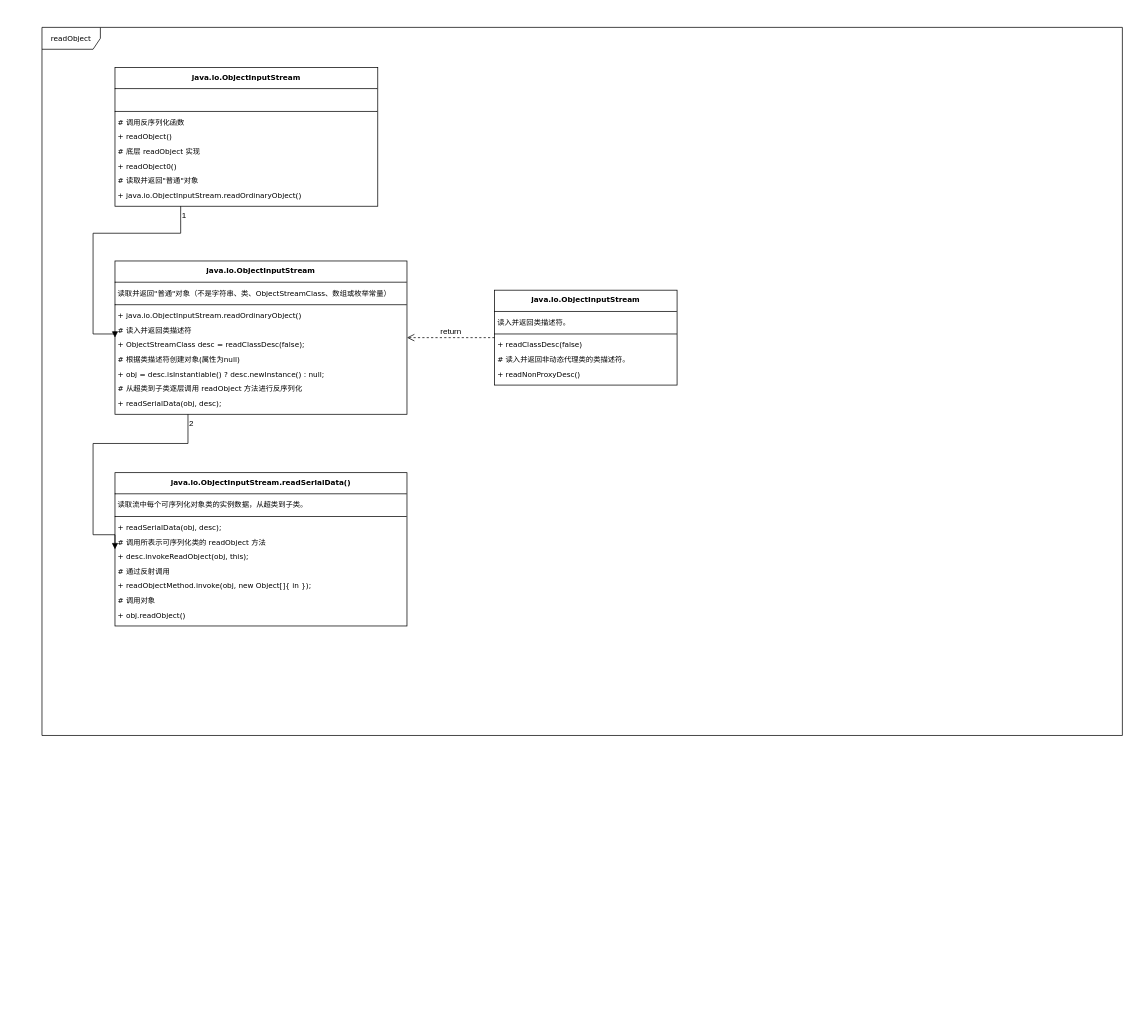
Above: page "反序列化" (12 of 12) of 未命名绘图.drawio in codeyso/finEngine (draw.io), before the change. Source tidied: cells renumbered, new cells numbered last; positions are measured from the earlier drawing's top-left corner, leaving out a move shared by most shapes. Both pictures are drawn from the tidied source at 73%, with x=0, y=0 at pixel (42, 27).
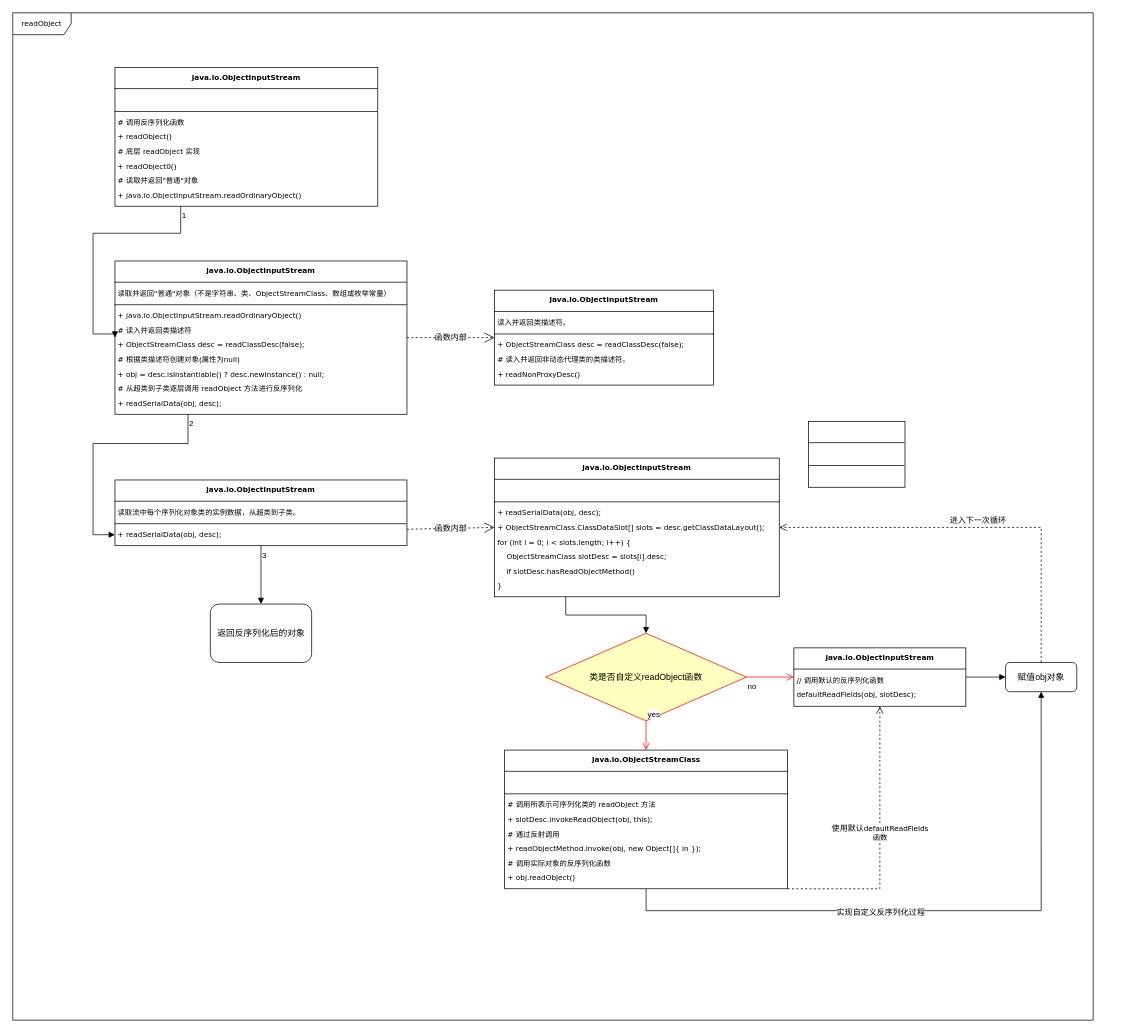
The same page after the edit.

Commit message:
更新未命名绘图.drawio

Unchanged cells that the change refers to:
```xml
<mxCell id="5" value="&lt;p style=&quot;text-align: center; margin: 4px 0px 0px; line-height: 200%;&quot;&gt;&lt;b&gt;java.io.ObjectInputStream&lt;/b&gt;&lt;br&gt;&lt;/p&gt;&lt;hr size=&quot;1&quot; style=&quot;border-style: solid; line-height: 200%;&quot;&gt;&lt;p style=&quot;margin: 0px 0px 0px 4px; line-height: 20px;&quot;&gt;读取并返回&quot;普通&quot;对象（不是字符串、类、ObjectStreamClass、数组或枚举常量）&lt;br&gt;&lt;/p&gt;&lt;hr size=&quot;1&quot; style=&quot;border-style: solid; line-height: 200%;&quot;&gt;&lt;p style=&quot;margin: 0px 0px 0px 4px; line-height: 200%;&quot;&gt;+&amp;nbsp;java.io.ObjectInputStream.readOrdinaryObject()&lt;br&gt;&lt;/p&gt;&lt;p style=&quot;margin: 0px 0px 0px 4px; line-height: 200%;&quot;&gt;#&amp;nbsp;&lt;span style=&quot;background-color: initial;&quot;&gt;读入并返回类描述符&lt;/span&gt;&lt;/p&gt;&lt;p style=&quot;margin: 0px 0px 0px 4px; line-height: 200%;&quot;&gt;+&amp;nbsp;ObjectStreamClass desc = readClassDesc(false);&lt;/p&gt;&lt;p style=&quot;margin: 0px 0px 0px 4px; line-height: 200%;&quot;&gt;# 根据类描述符创建对象(属性为null)&lt;/p&gt;&lt;p style=&quot;margin: 0px 0px 0px 4px; line-height: 200%;&quot;&gt;+&amp;nbsp;obj = desc.isInstantiable() ? desc.newInstance() : null;&lt;/p&gt;&lt;p style=&quot;margin: 0px 0px 0px 4px; line-height: 200%;&quot;&gt;# 从超类到子类逐层调用 readObject 方法进行反序列化&lt;/p&gt;&lt;p style=&quot;margin: 0px 0px 0px 4px; line-height: 200%;&quot;&gt;+&amp;nbsp;readSerialData(obj, desc);&lt;/p&gt;&lt;p style=&quot;margin: 0px 0px 0px 4px; line-height: 200%;&quot;&gt;&lt;br&gt;&lt;/p&gt;" style="verticalAlign=top;align=left;overflow=fill;html=1;whiteSpace=wrap;rounded=0;shadow=0;comic=0;strokeColor=default;strokeWidth=1;fontFamily=Verdana;fontSize=10;fontColor=default;labelBackgroundColor=none;fillColor=default;" parent="1" vertex="1">
  <mxGeometry x="100" y="320" width="400" height="210" as="geometry" />
</mxCell>
```

Change to the diagram source:
```diff
@@
     <mxCell id="2" value="readObject" style="shape=umlFrame;whiteSpace=wrap;html=1;rounded=0;shadow=0;comic=0;labelBackgroundColor=none;strokeWidth=1;fontFamily=Verdana;fontSize=10;align=center;width=80;height=30;" parent="1" vertex="1">
-      <mxGeometry width="1480" height="970" as="geometry" />
+      <mxGeometry x="-40" y="-20" width="1480" height="1380" as="geometry" />
     </mxCell>
@@
-    <mxCell id="4" value="&lt;p style=&quot;text-align: center; margin: 4px 0px 0px; line-height: 200%;&quot;&gt;&lt;b&gt;java.io.ObjectInputStream&lt;/b&gt;&lt;br&gt;&lt;/p&gt;&lt;hr size=&quot;1&quot; style=&quot;border-style: solid; line-height: 200%;&quot;&gt;&lt;p style=&quot;margin: 0px 0px 0px 4px; line-height: 20px;&quot;&gt;读入并返回类描述符。&lt;br&gt;&lt;/p&gt;&lt;hr size=&quot;1&quot; style=&quot;border-style: solid; line-height: 200%;&quot;&gt;&lt;p style=&quot;margin: 0px 0px 0px 4px; line-height: 200%;&quot;&gt;&lt;span style=&quot;background-color: initial;&quot;&gt;+&amp;nbsp;&lt;/span&gt;&lt;span style=&quot;background-color: initial;&quot;&gt;readClassDesc(false)&lt;/span&gt;&lt;br&gt;&lt;/p&gt;&lt;p style=&quot;margin: 0px 0px 0px 4px; line-height: 200%;&quot;&gt;#&amp;nbsp;读入并返回非动态代理类的类描述符。&lt;/p&gt;&lt;p style=&quot;margin: 0px 0px 0px 4px; line-height: 200%;&quot;&gt;+&amp;nbsp;readNonProxyDesc()&lt;br&gt;&lt;/p&gt;&lt;p style=&quot;margin: 0px 0px 0px 4px; line-height: 200%;&quot;&gt;&lt;br&gt;&lt;/p&gt;" style="verticalAlign=top;align=left;overflow=fill;html=1;whiteSpace=wrap;rounded=0;shadow=0;comic=0;strokeColor=default;strokeWidth=1;fontFamily=Verdana;fontSize=10;fontColor=default;labelBackgroundColor=none;fillColor=default;" parent="1" vertex="1">
-      <mxGeometry x="620" y="360" width="250" height="130" as="geometry" />
+    <mxCell id="4" value="&lt;p style=&quot;text-align: center; margin: 4px 0px 0px; line-height: 200%;&quot;&gt;&lt;b&gt;java.io.ObjectInputStream&lt;/b&gt;&lt;br&gt;&lt;/p&gt;&lt;hr size=&quot;1&quot; style=&quot;border-style: solid; line-height: 200%;&quot;&gt;&lt;p style=&quot;margin: 0px 0px 0px 4px; line-height: 20px;&quot;&gt;读入并返回类描述符。&lt;br&gt;&lt;/p&gt;&lt;hr size=&quot;1&quot; style=&quot;border-style: solid; line-height: 200%;&quot;&gt;&lt;p style=&quot;margin: 0px 0px 0px 4px; line-height: 200%;&quot;&gt;+&amp;nbsp;ObjectStreamClass desc = readClassDesc(false);&lt;br&gt;&lt;/p&gt;&lt;p style=&quot;margin: 0px 0px 0px 4px; line-height: 200%;&quot;&gt;#&amp;nbsp;读入并返回非动态代理类的类描述符。&lt;/p&gt;&lt;p style=&quot;margin: 0px 0px 0px 4px; line-height: 200%;&quot;&gt;+&amp;nbsp;readNonProxyDesc()&lt;br&gt;&lt;/p&gt;&lt;p style=&quot;margin: 0px 0px 0px 4px; line-height: 200%;&quot;&gt;&lt;br&gt;&lt;/p&gt;" style="verticalAlign=top;align=left;overflow=fill;html=1;whiteSpace=wrap;rounded=0;shadow=0;comic=0;strokeColor=default;strokeWidth=1;fontFamily=Verdana;fontSize=10;fontColor=default;labelBackgroundColor=none;fillColor=default;" parent="1" vertex="1">
+      <mxGeometry x="620" y="360" width="300" height="130" as="geometry" />
     </mxCell>
@@
-    <mxCell id="6" value="&lt;p style=&quot;text-align: center; margin: 4px 0px 0px; line-height: 200%;&quot;&gt;&lt;b&gt;java.io.ObjectInputStream.readSerialData()&lt;/b&gt;&lt;br&gt;&lt;/p&gt;&lt;hr size=&quot;1&quot; style=&quot;border-style: solid; line-height: 200%;&quot;&gt;&lt;p style=&quot;margin: 0px 0px 0px 4px; line-height: 20px;&quot;&gt;读取流中每个可序列化对象类的实例数据，从超类到子类。&lt;br&gt;&lt;/p&gt;&lt;hr size=&quot;1&quot; style=&quot;border-style: solid; line-height: 200%;&quot;&gt;&lt;p style=&quot;margin: 0px 0px 0px 4px; line-height: 200%;&quot;&gt;&lt;span style=&quot;background-color: initial;&quot;&gt;+&amp;nbsp;readSerialData(obj, desc);&lt;/span&gt;&lt;br&gt;&lt;/p&gt;&lt;p style=&quot;margin: 0px 0px 0px 4px; line-height: 200%;&quot;&gt;&lt;span style=&quot;background-color: initial;&quot;&gt;#&amp;nbsp;&lt;/span&gt;&lt;span style=&quot;background-color: initial;&quot;&gt;调用所表示可序列化类的 readObject 方法&lt;/span&gt;&lt;/p&gt;&lt;p style=&quot;margin: 0px 0px 0px 4px; line-height: 200%;&quot;&gt;&lt;span style=&quot;background-color: initial;&quot;&gt;+&amp;nbsp;&lt;/span&gt;desc&lt;span style=&quot;background-color: initial;&quot;&gt;.invokeReadObject(obj, this);&lt;/span&gt;&lt;/p&gt;&lt;p style=&quot;margin: 0px 0px 0px 4px; line-height: 200%;&quot;&gt;&lt;span style=&quot;background-color: initial;&quot;&gt;# 通过反射调用&lt;/span&gt;&lt;/p&gt;&lt;p style=&quot;margin: 0px 0px 0px 4px; line-height: 200%;&quot;&gt;&lt;span style=&quot;background-color: initial;&quot;&gt;+&amp;nbsp;&lt;/span&gt;&lt;span style=&quot;background-color: initial;&quot;&gt;readObjectMethod.invoke(obj, new Object[]{ in });&lt;/span&gt;&lt;/p&gt;&lt;p style=&quot;margin: 0px 0px 0px 4px; line-height: 200%;&quot;&gt;&lt;span style=&quot;background-color: initial;&quot;&gt;# 调用对象&lt;/span&gt;&lt;/p&gt;&lt;p style=&quot;margin: 0px 0px 0px 4px; line-height: 200%;&quot;&gt;+ obj.&lt;span style=&quot;background-color: initial;&quot;&gt;readObject()&lt;/span&gt;&lt;/p&gt;" style="verticalAlign=top;align=left;overflow=fill;html=1;whiteSpace=wrap;rounded=0;shadow=0;comic=0;strokeColor=default;strokeWidth=1;fontFamily=Verdana;fontSize=10;fontColor=default;labelBackgroundColor=none;fillColor=default;" parent="1" vertex="1">
-      <mxGeometry x="100" y="610" width="400" height="210" as="geometry" />
+    <mxCell id="6" value="&lt;p style=&quot;text-align: center; margin: 4px 0px 0px; line-height: 200%;&quot;&gt;&lt;b&gt;java.io.ObjectInputStream&lt;/b&gt;&lt;br&gt;&lt;/p&gt;&lt;hr size=&quot;1&quot; style=&quot;border-style: solid; line-height: 200%;&quot;&gt;&lt;p style=&quot;margin: 0px 0px 0px 4px; line-height: 20px;&quot;&gt;读取流中每个序列化对象类的实例数据，从超类到子类。&lt;br&gt;&lt;/p&gt;&lt;hr size=&quot;1&quot; style=&quot;border-style: solid; line-height: 200%;&quot;&gt;&lt;p style=&quot;margin: 0px 0px 0px 4px; line-height: 200%;&quot;&gt;&lt;span style=&quot;background-color: initial;&quot;&gt;+&amp;nbsp;readSerialData(obj, desc);&lt;/span&gt;&lt;/p&gt;" style="verticalAlign=top;align=left;overflow=fill;html=1;whiteSpace=wrap;rounded=0;shadow=0;comic=0;strokeColor=default;strokeWidth=1;fontFamily=Verdana;fontSize=10;fontColor=default;labelBackgroundColor=none;fillColor=default;" parent="1" vertex="1">
+      <mxGeometry x="100" y="620" width="400" height="90" as="geometry" />
     </mxCell>
-    <mxCell id="7" value="return" style="html=1;verticalAlign=bottom;endArrow=open;dashed=1;endSize=8;curved=0;rounded=0;exitX=0;exitY=0.5;exitDx=0;exitDy=0;entryX=1;entryY=0.5;entryDx=0;entryDy=0;" parent="1" edge="1" source="4" target="5">
-      <mxGeometry relative="1" as="geometry" />
-    </mxCell>
@@
-    <mxCell id="9" value="2" style="endArrow=block;endFill=1;html=1;edgeStyle=orthogonalEdgeStyle;align=left;verticalAlign=top;rounded=0;exitX=0.25;exitY=1;exitDx=0;exitDy=0;entryX=0;entryY=0.5;entryDx=0;entryDy=0;" parent="1" edge="1" source="5" target="6">
+    <mxCell id="9" value="2" style="endArrow=block;endFill=1;html=1;edgeStyle=orthogonalEdgeStyle;align=left;verticalAlign=top;rounded=0;exitX=0.25;exitY=1;exitDx=0;exitDy=0;" parent="1" edge="1" source="5">
       <mxGeometry x="-1" relative="1" as="geometry">
+        <mxPoint x="100" y="695" as="targetPoint" />
         <Array as="points">
           <mxPoint x="200" y="570" />
           <mxPoint x="70" y="570" />
           <mxPoint x="70" y="695" />
+          <mxPoint x="100" y="695" />
         </Array>
       </mxGeometry>
     </mxCell>
+    <mxCell id="10" value="类是否自定义readObject函数" style="rhombus;whiteSpace=wrap;html=1;fontColor=#000000;fillColor=#ffffc0;strokeColor=#ff0000;" parent="1" vertex="1">
+      <mxGeometry x="690" y="830" width="275" height="120" as="geometry" />
+    </mxCell>
+    <mxCell id="11" value="no" style="edgeStyle=orthogonalEdgeStyle;html=1;align=left;verticalAlign=top;endArrow=open;endSize=8;strokeColor=#ff0000;rounded=0;entryX=0;entryY=0.5;entryDx=0;entryDy=0;exitX=1;exitY=0.5;exitDx=0;exitDy=0;" parent="1" edge="1" source="10" target="13">
+      <mxGeometry x="-1" relative="1" as="geometry" />
+    </mxCell>
+    <mxCell id="12" value="yes" style="edgeStyle=orthogonalEdgeStyle;html=1;align=left;verticalAlign=bottom;endArrow=open;endSize=8;strokeColor=#ff0000;rounded=0;exitX=0.5;exitY=1;exitDx=0;exitDy=0;entryX=0.5;entryY=0;entryDx=0;entryDy=0;" parent="1" edge="1" source="10" target="14">
+      <mxGeometry x="-1" relative="1" as="geometry" />
+    </mxCell>
+    <mxCell id="13" value="&lt;p style=&quot;text-align: center; margin: 4px 0px 0px; line-height: 200%;&quot;&gt;&lt;b&gt;java.io.ObjectInputStream&lt;/b&gt;&lt;br&gt;&lt;/p&gt;&lt;hr size=&quot;1&quot; style=&quot;border-style: solid; line-height: 200%;&quot;&gt;&lt;p style=&quot;margin: 0px 0px 0px 4px; line-height: 20px;&quot;&gt;&lt;span style=&quot;background-color: initial;&quot;&gt;// 调用默认的反序列化函数&lt;/span&gt;&lt;br&gt;&lt;/p&gt;&lt;p style=&quot;margin: 0px 0px 0px 4px; line-height: 20px;&quot;&gt;defaultReadFields(obj, slotDesc);&lt;br&gt;&lt;/p&gt;" style="verticalAlign=top;align=left;overflow=fill;html=1;whiteSpace=wrap;rounded=0;shadow=0;comic=0;strokeColor=default;strokeWidth=1;fontFamily=Verdana;fontSize=10;fontColor=default;labelBackgroundColor=none;fillColor=default;" parent="1" vertex="1">
+      <mxGeometry x="1030" y="850" width="235.6" height="80" as="geometry" />
+    </mxCell>
+    <mxCell id="14" value="&lt;p style=&quot;text-align: center; margin: 4px 0px 0px; line-height: 200%;&quot;&gt;&lt;b&gt;java.io.&lt;/b&gt;&lt;span style=&quot;background-color: initial; text-align: left;&quot;&gt;&lt;b&gt;ObjectStreamClass&lt;/b&gt;&lt;/span&gt;&lt;br&gt;&lt;/p&gt;&lt;hr size=&quot;1&quot; style=&quot;border-style: solid; line-height: 200%;&quot;&gt;&lt;p style=&quot;margin: 0px 0px 0px 4px; line-height: 20px;&quot;&gt;&lt;br&gt;&lt;/p&gt;&lt;hr size=&quot;1&quot; style=&quot;border-style: solid; line-height: 200%;&quot;&gt;&lt;p style=&quot;margin: 0px 0px 0px 4px; line-height: 200%;&quot;&gt;&lt;span style=&quot;background-color: initial;&quot;&gt;#&amp;nbsp;&lt;/span&gt;&lt;span style=&quot;background-color: initial;&quot;&gt;调用所表示可序列化类的 readObject 方法&lt;/span&gt;&lt;br&gt;&lt;/p&gt;&lt;p style=&quot;margin: 0px 0px 0px 4px; line-height: 20px;&quot;&gt;&lt;span style=&quot;background-color: initial;&quot;&gt;+&amp;nbsp;&lt;/span&gt;&lt;span style=&quot;background-color: initial;&quot;&gt;slotDesc.invokeReadObject(obj, this);&lt;/span&gt;&lt;/p&gt;&lt;p style=&quot;margin: 0px 0px 0px 4px; line-height: 20px;&quot;&gt;&lt;span style=&quot;background-color: initial;&quot;&gt;# 通过反射调用&lt;/span&gt;&lt;/p&gt;&lt;p style=&quot;margin: 0px 0px 0px 4px; line-height: 20px;&quot;&gt;&lt;span style=&quot;background-color: initial;&quot;&gt;+&amp;nbsp;&lt;/span&gt;&lt;span style=&quot;background-color: initial;&quot;&gt;readObjectMethod.invoke(obj, new Object[]{ in });&lt;/span&gt;&lt;/p&gt;&lt;p style=&quot;margin: 0px 0px 0px 4px; line-height: 20px;&quot;&gt;&lt;span style=&quot;background-color: initial;&quot;&gt;# 调用实际对象的反序列化函数&lt;/span&gt;&lt;/p&gt;&lt;p style=&quot;margin: 0px 0px 0px 4px; line-height: 20px;&quot;&gt;+ obj.&lt;span style=&quot;background-color: initial;&quot;&gt;readObject()&lt;/span&gt;&lt;/p&gt;&lt;p style=&quot;margin: 0px 0px 0px 4px; line-height: 200%;&quot;&gt;&lt;span style=&quot;background-color: initial;&quot;&gt;&lt;/span&gt;&lt;/p&gt;&lt;p style=&quot;margin: 0px 0px 0px 4px; line-height: 200%;&quot;&gt;&lt;br&gt;&lt;/p&gt;" style="verticalAlign=top;align=left;overflow=fill;html=1;whiteSpace=wrap;rounded=0;shadow=0;comic=0;strokeColor=default;strokeWidth=1;fontFamily=Verdana;fontSize=10;fontColor=default;labelBackgroundColor=none;fillColor=default;" parent="1" vertex="1">
+      <mxGeometry x="633.8" y="990" width="387.5" height="190" as="geometry" />
+    </mxCell>
+    <mxCell id="15" value="&lt;p style=&quot;text-align: center; margin: 4px 0px 0px; line-height: 200%;&quot;&gt;&lt;b&gt;java.io.ObjectInputStream&lt;/b&gt;&lt;br&gt;&lt;/p&gt;&lt;hr size=&quot;1&quot; style=&quot;border-style: solid; line-height: 200%;&quot;&gt;&lt;p style=&quot;margin: 0px 0px 0px 4px; line-height: 20px;&quot;&gt;&lt;br&gt;&lt;/p&gt;&lt;hr size=&quot;1&quot; style=&quot;border-style: solid; line-height: 200%;&quot;&gt;&lt;p style=&quot;margin: 0px 0px 0px 4px; line-height: 20px;&quot;&gt;+&amp;nbsp;readSerialData(obj, desc);&lt;br&gt;&lt;/p&gt;&lt;p style=&quot;margin: 0px 0px 0px 4px; line-height: 20px;&quot;&gt;+ ObjectStreamClass.ClassDataSlot[] slots = desc.getClassDataLayout();&lt;br&gt;&lt;/p&gt;&lt;p style=&quot;margin: 0px 0px 0px 4px; line-height: 20px;&quot;&gt;for (int i = 0; i &amp;lt; slots.length; i++) {&lt;/p&gt;&lt;p style=&quot;margin: 0px 0px 0px 4px; line-height: 20px;&quot;&gt;&amp;nbsp; &amp;nbsp;&amp;nbsp;ObjectStreamClass slotDesc = slots[i].desc;&lt;/p&gt;&lt;p style=&quot;margin: 0px 0px 0px 4px; line-height: 20px;&quot;&gt;&amp;nbsp; &amp;nbsp;&amp;nbsp;if slotDesc.hasReadObjectMethod()&lt;/p&gt;&lt;p style=&quot;margin: 0px 0px 0px 4px; line-height: 20px;&quot;&gt;}&lt;/p&gt;" style="verticalAlign=top;align=left;overflow=fill;html=1;whiteSpace=wrap;rounded=0;shadow=0;comic=0;strokeColor=default;strokeWidth=1;fontFamily=Verdana;fontSize=10;fontColor=default;labelBackgroundColor=none;fillColor=default;" parent="1" vertex="1">
+      <mxGeometry x="620" y="590" width="390" height="190" as="geometry" />
+    </mxCell>
+    <mxCell id="16" style="endArrow=block;endFill=1;html=1;edgeStyle=orthogonalEdgeStyle;align=left;verticalAlign=top;rounded=0;exitX=0.25;exitY=1;exitDx=0;exitDy=0;entryX=0.5;entryY=0;entryDx=0;entryDy=0;" parent="1" edge="1" source="15" target="10">
+      <mxGeometry x="-1" relative="1" as="geometry" />
+    </mxCell>
+    <mxCell id="17" value="函数内部" style="endArrow=open;endSize=12;dashed=1;html=1;rounded=0;exitX=1;exitY=0.75;exitDx=0;exitDy=0;entryX=0;entryY=0.5;entryDx=0;entryDy=0;" parent="1" edge="1" source="6" target="15">
+      <mxGeometry relative="1" as="geometry" />
+    </mxCell>
+    <mxCell id="18" value="函数内部" style="endArrow=open;endSize=12;dashed=1;html=1;rounded=0;exitX=1;exitY=0.5;exitDx=0;exitDy=0;entryX=0;entryY=0.5;entryDx=0;entryDy=0;" parent="1" edge="1" source="5" target="4">
+      <mxGeometry relative="1" as="geometry" />
+    </mxCell>
+    <mxCell id="19" value="赋值obj对象" style="rounded=1;whiteSpace=wrap;html=1;" parent="1" vertex="1">
+      <mxGeometry x="1320" y="870" width="97.5" height="40" as="geometry" />
+    </mxCell>
+    <mxCell id="20" style="endArrow=block;endFill=1;html=1;edgeStyle=orthogonalEdgeStyle;align=left;verticalAlign=top;rounded=0;exitX=1;exitY=0.5;exitDx=0;exitDy=0;entryX=0;entryY=0.5;entryDx=0;entryDy=0;" parent="1" edge="1" source="13" target="19">
+      <mxGeometry x="-1" relative="1" as="geometry" />
+    </mxCell>
+    <mxCell id="21" style="endArrow=block;endFill=1;html=1;edgeStyle=orthogonalEdgeStyle;align=left;verticalAlign=top;rounded=0;exitX=0.5;exitY=1;exitDx=0;exitDy=0;entryX=0.5;entryY=1;entryDx=0;entryDy=0;" parent="1" edge="1" source="14" target="19">
+      <mxGeometry x="-1" relative="1" as="geometry">
+        <Array as="points">
+          <mxPoint x="827" y="1210" />
+          <mxPoint x="1369" y="1210" />
+        </Array>
+      </mxGeometry>
+    </mxCell>
+    <mxCell id="22" value="实现自定义反序列化过程" style="edgeLabel;html=1;align=center;verticalAlign=middle;" parent="21" vertex="1">
+      <mxGeometry x="-0.23" y="-2" relative="1" as="geometry">
+        <mxPoint x="16" as="offset" />
+      </mxGeometry>
+    </mxCell>
+    <mxCell id="23" value="进入下一次循环" style="html=1;verticalAlign=bottom;endArrow=open;dashed=1;endSize=8;rounded=0;exitX=0.5;exitY=0;exitDx=0;exitDy=0;entryX=1;entryY=0.5;entryDx=0;entryDy=0;edgeStyle=orthogonalEdgeStyle;" parent="1" edge="1" source="19" target="15">
+      <mxGeometry relative="1" as="geometry" />
+    </mxCell>
+    <mxCell id="24" value="使用默认&lt;span style=&quot;font-family: Verdana; font-size: 10px; text-align: left; text-wrap: wrap; background-color: rgb(251, 251, 251);&quot;&gt;defaultReadFields函数&lt;/span&gt;" style="html=1;verticalAlign=bottom;endArrow=open;dashed=1;endSize=8;rounded=0;exitX=1;exitY=1;exitDx=0;exitDy=0;entryX=0.5;entryY=1;entryDx=0;entryDy=0;edgeStyle=orthogonalEdgeStyle;" parent="1" edge="1" source="14" target="13">
+      <mxGeometry relative="1" as="geometry">
+        <Array as="points">
+          <mxPoint x="1148" y="1180" />
+        </Array>
+      </mxGeometry>
+    </mxCell>
+    <mxCell id="25" value="返回反序列化后的对象" style="rounded=1;whiteSpace=wrap;html=1;" parent="1" vertex="1">
+      <mxGeometry x="230.6" y="790" width="138.8" height="80" as="geometry" />
+    </mxCell>
+    <mxCell id="26" value="3" style="endArrow=block;endFill=1;html=1;edgeStyle=orthogonalEdgeStyle;align=left;verticalAlign=top;rounded=0;exitX=0.5;exitY=1;exitDx=0;exitDy=0;entryX=0.5;entryY=0;entryDx=0;entryDy=0;" parent="1" edge="1" source="6" target="25">
+      <mxGeometry x="-1" relative="1" as="geometry" />
+    </mxCell>
+    <mxCell id="27" value="&lt;p style=&quot;text-align: center; margin: 4px 0px 0px; line-height: 200%;&quot;&gt;&lt;br&gt;&lt;/p&gt;&lt;hr size=&quot;1&quot; style=&quot;border-style: solid; line-height: 200%;&quot;&gt;&lt;p style=&quot;margin: 0px 0px 0px 4px; line-height: 20px;&quot;&gt;&lt;br&gt;&lt;/p&gt;&lt;hr size=&quot;1&quot; style=&quot;border-style: solid; line-height: 200%;&quot;&gt;&lt;p style=&quot;margin: 0px 0px 0px 4px; line-height: 200%;&quot;&gt;&lt;br&gt;&lt;/p&gt;&lt;p style=&quot;margin: 0px 0px 0px 4px; line-height: 200%;&quot;&gt;&lt;br&gt;&lt;/p&gt;" style="verticalAlign=top;align=left;overflow=fill;html=1;whiteSpace=wrap;rounded=0;shadow=0;comic=0;strokeColor=default;strokeWidth=1;fontFamily=Verdana;fontSize=10;fontColor=default;labelBackgroundColor=none;fillColor=default;" parent="1" vertex="1">
+      <mxGeometry x="1050" y="540" width="132.2" height="90" as="geometry" />
+    </mxCell>
```
